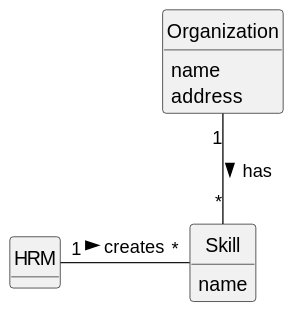
diogoveirospro/lei-24-s2-1dg-g072 keeps this PlantUML diagram as docs/sprintB/us001/02.analysis/svg/us001-domain-model.svg. Above is the earlier version. Its diagram source:
```plantuml
@startuml
skinparam monochrome true
skinparam packageStyle rectangle
skinparam shadowing false


skinparam classAttributeIconSize 0

hide circle
hide methods



class HRM {

}

class Skill {
    name
}


class Organization{
    name
    address
}




HRM "1  " - "*" Skill: creates >
Organization "1" -- "*" Skill: has >
@enduml
```
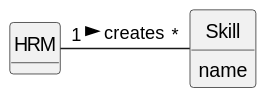
After the change.

Commit message:
Updated US01 design diagram class

The edit, as a diff of the source:
```diff
@@ -20,14 +20,9 @@
 }
 
 
-class Organization{
-    name
-    address
-}
 
 
 
 
 HRM "1  " - "*" Skill: creates >
-Organization "1" -- "*" Skill: has >
 @enduml
```
